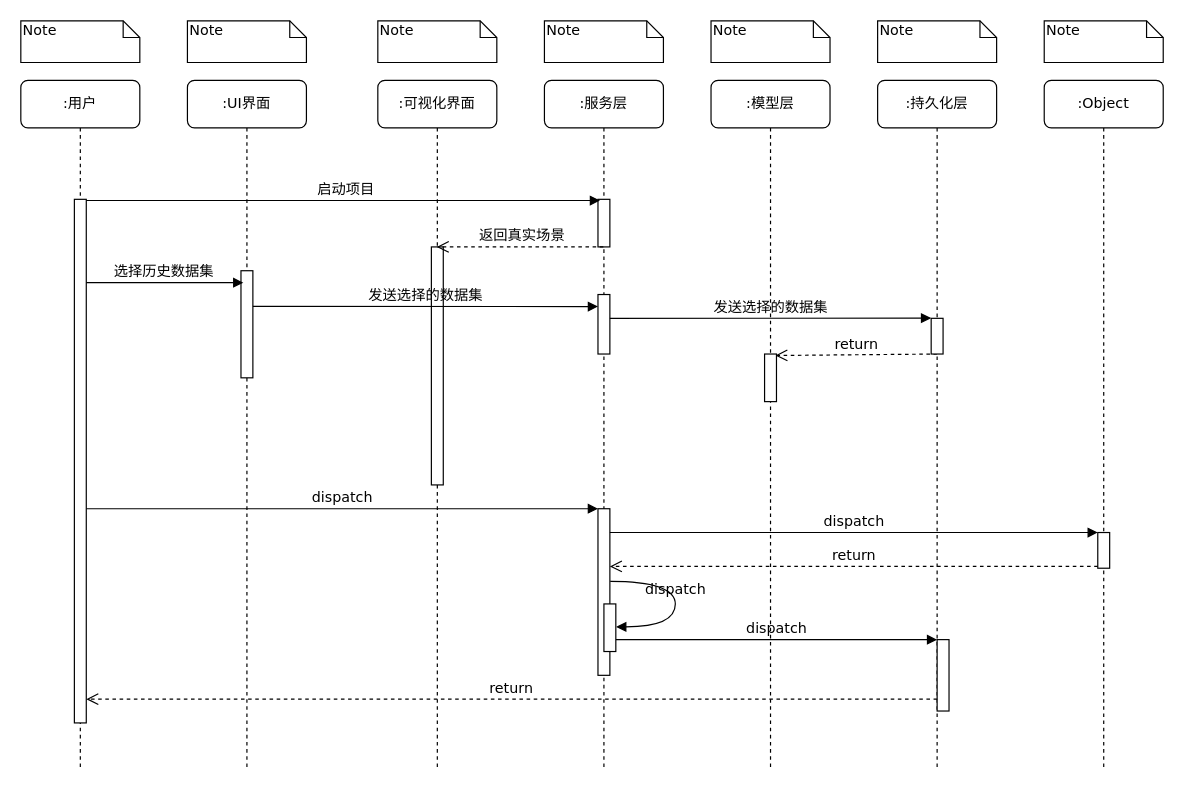
Kakoyi945/cloud keeps this draw.io diagram as graduation_project_sequence_image.drawio. Above is the earlier version. Source tidied: cells renumbered, new cells numbered last; positions are measured from the earlier drawing's top-left corner, leaving out a move shared by most shapes. Both pictures are drawn from the tidied source at 119%, with x=0, y=0 at pixel (20, 20).
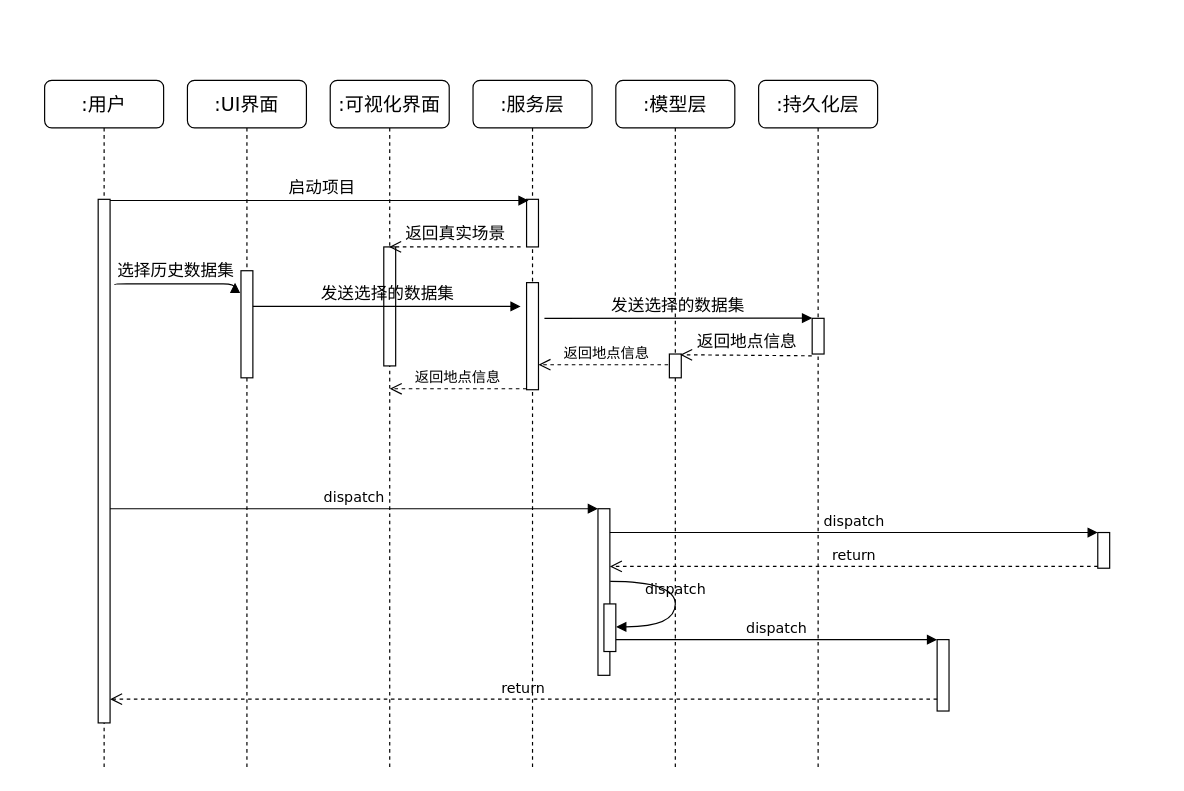
Above is the later version.

The change refers to these unchanged cells:
```xml
<mxCell id="3" style="html=1;points=[];perimeter=orthogonalPerimeter;rounded=0;shadow=0;comic=0;labelBackgroundColor=none;strokeWidth=1;fontFamily=Verdana;fontSize=12;align=center;" parent="2" vertex="1">
  <mxGeometry x="45" y="160" width="10" height="90" as="geometry" />
</mxCell>
<mxCell id="8" style="html=1;points=[];perimeter=orthogonalPerimeter;rounded=0;shadow=0;comic=0;labelBackgroundColor=none;strokeWidth=1;fontFamily=Verdana;fontSize=12;align=center;" parent="7" vertex="1">
  <mxGeometry x="45" y="100" width="10" height="40" as="geometry" />
</mxCell>
<mxCell id="14" style="html=1;points=[];perimeter=orthogonalPerimeter;rounded=0;shadow=0;comic=0;labelBackgroundColor=none;strokeWidth=1;fontFamily=Verdana;fontSize=12;align=center;" parent="13" vertex="1">
  <mxGeometry x="45" y="200" width="10" height="30" as="geometry" />
</mxCell>
<mxCell id="17" style="html=1;points=[];perimeter=orthogonalPerimeter;rounded=0;shadow=0;comic=0;labelBackgroundColor=none;strokeWidth=1;fontFamily=Verdana;fontSize=12;align=center;" parent="16" vertex="1">
  <mxGeometry x="45" y="100" width="10" height="440" as="geometry" />
</mxCell>
```

Diff of the diagram source:
```diff
@@
-    <mxCell id="2" value=":UI界面" style="shape=umlLifeline;perimeter=lifelinePerimeter;whiteSpace=wrap;html=1;rounded=1;shadow=0;comic=0;labelBackgroundColor=none;strokeWidth=1;fontFamily=Verdana;fontSize=12;align=center;" parent="1" vertex="1">
+    <mxCell id="2" value="&lt;font style=&quot;font-size: 16px;&quot;&gt;:UI界面&lt;/font&gt;" style="shape=umlLifeline;perimeter=lifelinePerimeter;whiteSpace=wrap;html=1;rounded=1;shadow=0;comic=0;labelBackgroundColor=none;strokeWidth=1;fontFamily=Verdana;fontSize=12;align=center;" parent="1" vertex="1">
       <mxGeometry x="140" y="50" width="100" height="580" as="geometry" />
     </mxCell>
@@
-    <mxCell id="4" value="选择历史数据集" style="html=1;verticalAlign=bottom;endArrow=block;labelBackgroundColor=none;fontFamily=Verdana;fontSize=12;edgeStyle=elbowEdgeStyle;elbow=vertical;entryX=0.197;entryY=0.106;entryDx=0;entryDy=0;entryPerimeter=0;" parent="2" edge="1" target="3">
-      <mxGeometry relative="1" as="geometry">
-        <mxPoint x="-87" y="170" as="sourcePoint" />
-      </mxGeometry>
-    </mxCell>
-    <mxCell id="5" value=":可视化界面" style="shape=umlLifeline;perimeter=lifelinePerimeter;whiteSpace=wrap;html=1;outlineConnect=0;rounded=1;shadow=0;comic=0;labelBackgroundColor=none;strokeWidth=1;fontFamily=Verdana;fontSize=12;align=center;" parent="1" vertex="1">
-      <mxGeometry x="300" y="50" width="100" height="580" as="geometry" />
+    <mxCell id="5" value="&lt;font style=&quot;font-size: 16px;&quot;&gt;:可视化界面&lt;/font&gt;" style="shape=umlLifeline;perimeter=lifelinePerimeter;whiteSpace=wrap;html=1;outlineConnect=0;rounded=1;shadow=0;comic=0;labelBackgroundColor=none;strokeWidth=1;fontFamily=Verdana;fontSize=12;align=center;" parent="1" vertex="1">
+      <mxGeometry x="260" y="50" width="100" height="580" as="geometry" />
     </mxCell>
     <mxCell id="6" style="html=1;perimeter=orthogonalPerimeter;rounded=0;shadow=0;comic=0;labelBackgroundColor=none;strokeWidth=1;fontFamily=Verdana;fontSize=12;align=center;" parent="5" vertex="1">
-      <mxGeometry x="45" y="140" width="10" height="200" as="geometry" />
+      <mxGeometry x="45" y="140" width="10" height="100" as="geometry" />
     </mxCell>
+    <mxCell id="39" value="返回地点信息" style="html=1;verticalAlign=bottom;endArrow=open;dashed=1;endSize=8;exitX=0;exitY=0.95;labelBackgroundColor=none;fontFamily=Verdana;fontSize=12;" parent="5" edge="1">
+      <mxGeometry relative="1" as="geometry">
+        <mxPoint x="165" y="259.2" as="sourcePoint" />
+        <mxPoint x="50" y="259.2" as="targetPoint" />
+      </mxGeometry>
+    </mxCell>
-    <mxCell id="7" value=":服务层" style="shape=umlLifeline;perimeter=lifelinePerimeter;whiteSpace=wrap;html=1;outlineConnect=0;rounded=1;shadow=0;comic=0;labelBackgroundColor=none;strokeWidth=1;fontFamily=Verdana;fontSize=12;align=center;" parent="1" vertex="1">
-      <mxGeometry x="440" y="50" width="100" height="580" as="geometry" />
+    <mxCell id="7" value="&lt;font style=&quot;font-size: 16px;&quot;&gt;:服务层&lt;/font&gt;" style="shape=umlLifeline;perimeter=lifelinePerimeter;whiteSpace=wrap;html=1;outlineConnect=0;rounded=1;shadow=0;comic=0;labelBackgroundColor=none;strokeWidth=1;fontFamily=Verdana;fontSize=12;align=center;" parent="1" vertex="1">
+      <mxGeometry x="380" y="50" width="100" height="580" as="geometry" />
     </mxCell>
@@
     <mxCell id="9" style="html=1;points=[];perimeter=orthogonalPerimeter;rounded=0;shadow=0;comic=0;labelBackgroundColor=none;strokeWidth=1;fontFamily=Verdana;fontSize=12;align=center;" parent="7" vertex="1">
-      <mxGeometry x="45" y="180" width="10" height="50" as="geometry" />
+      <mxGeometry x="45" y="170" width="10" height="90" as="geometry" />
     </mxCell>
-    <mxCell id="10" value="return" style="html=1;verticalAlign=bottom;endArrow=open;dashed=1;endSize=8;exitX=0;exitY=0.95;labelBackgroundColor=none;fontFamily=Verdana;fontSize=12;entryX=0.906;entryY=0.031;entryDx=0;entryDy=0;entryPerimeter=0;" parent="7" edge="1" target="12">
-      <mxGeometry relative="1" as="geometry">
-        <mxPoint x="330" y="230" as="sourcePoint" />
-      </mxGeometry>
-    </mxCell>
+    <mxCell id="40" value="返回地点信息" style="html=1;verticalAlign=bottom;endArrow=open;dashed=1;endSize=8;exitX=0;exitY=0.95;labelBackgroundColor=none;fontFamily=Verdana;fontSize=12;" parent="7" edge="1">
+      <mxGeometry relative="1" as="geometry">
+        <mxPoint x="170" y="239" as="sourcePoint" />
+        <mxPoint x="55" y="239" as="targetPoint" />
+      </mxGeometry>
+    </mxCell>
-    <mxCell id="11" value=":模型层" style="shape=umlLifeline;perimeter=lifelinePerimeter;whiteSpace=wrap;html=1;rounded=1;shadow=0;comic=0;labelBackgroundColor=none;strokeWidth=1;fontFamily=Verdana;fontSize=12;align=center;" parent="1" vertex="1">
-      <mxGeometry x="580" y="50" width="100" height="580" as="geometry" />
+    <mxCell id="11" value="&lt;font style=&quot;font-size: 16px;&quot;&gt;:模型层&lt;/font&gt;" style="shape=umlLifeline;perimeter=lifelinePerimeter;whiteSpace=wrap;html=1;rounded=1;shadow=0;comic=0;labelBackgroundColor=none;strokeWidth=1;fontFamily=Verdana;fontSize=12;align=center;" parent="1" vertex="1">
+      <mxGeometry x="500" y="50" width="100" height="580" as="geometry" />
     </mxCell>
     <mxCell id="12" style="html=1;points=[];perimeter=orthogonalPerimeter;rounded=0;shadow=0;comic=0;labelBackgroundColor=none;strokeWidth=1;fontFamily=Verdana;fontSize=12;align=center;" parent="11" vertex="1">
-      <mxGeometry x="45" y="230" width="10" height="40" as="geometry" />
+      <mxGeometry x="45" y="230" width="10" height="20" as="geometry" />
     </mxCell>
-    <mxCell id="13" value=":持久化层" style="shape=umlLifeline;perimeter=lifelinePerimeter;whiteSpace=wrap;html=1;rounded=1;shadow=0;comic=0;labelBackgroundColor=none;strokeWidth=1;fontFamily=Verdana;fontSize=12;align=center;" parent="1" vertex="1">
-      <mxGeometry x="720" y="50" width="100" height="580" as="geometry" />
+    <mxCell id="13" value="&lt;font style=&quot;font-size: 16px;&quot;&gt;:持久化层&lt;/font&gt;" style="shape=umlLifeline;perimeter=lifelinePerimeter;whiteSpace=wrap;html=1;rounded=1;shadow=0;comic=0;labelBackgroundColor=none;strokeWidth=1;fontFamily=Verdana;fontSize=12;align=center;" parent="1" vertex="1">
+      <mxGeometry x="620" y="50" width="100" height="580" as="geometry" />
     </mxCell>
@@
-    <mxCell id="15" value=":Object" style="shape=umlLifeline;perimeter=lifelinePerimeter;whiteSpace=wrap;html=1;rounded=1;shadow=0;comic=0;labelBackgroundColor=none;strokeWidth=1;fontFamily=Verdana;fontSize=12;align=center;" parent="1" vertex="1">
-      <mxGeometry x="860" y="50" width="100" height="580" as="geometry" />
-    </mxCell>
-    <mxCell id="16" value=":用户" style="shape=umlLifeline;perimeter=lifelinePerimeter;whiteSpace=wrap;html=1;rounded=1;shadow=0;comic=0;labelBackgroundColor=none;strokeWidth=1;fontFamily=Verdana;fontSize=12;align=center;" parent="1" vertex="1">
-      <mxGeometry y="50" width="100" height="580" as="geometry" />
+    <mxCell id="16" value="&lt;font style=&quot;font-size: 16px;&quot;&gt;:用户&lt;/font&gt;" style="shape=umlLifeline;perimeter=lifelinePerimeter;whiteSpace=wrap;html=1;rounded=1;shadow=0;comic=0;labelBackgroundColor=none;strokeWidth=1;fontFamily=Verdana;fontSize=12;align=center;" parent="1" vertex="1">
+      <mxGeometry x="20" y="50" width="100" height="580" as="geometry" />
     </mxCell>
@@
-    <mxCell id="26" value="启动项目" style="html=1;verticalAlign=bottom;endArrow=block;labelBackgroundColor=none;fontFamily=Verdana;fontSize=12;edgeStyle=elbowEdgeStyle;elbow=vertical;entryX=0.171;entryY=0.013;entryDx=0;entryDy=0;entryPerimeter=0;" parent="1" edge="1" source="17" target="8">
+    <mxCell id="26" value="&lt;font style=&quot;font-size: 14px;&quot;&gt;启动项目&lt;/font&gt;" style="html=1;verticalAlign=bottom;endArrow=block;labelBackgroundColor=none;fontFamily=Verdana;fontSize=12;edgeStyle=elbowEdgeStyle;elbow=vertical;entryX=0.171;entryY=0.013;entryDx=0;entryDy=0;entryPerimeter=0;" parent="1" edge="1" source="17" target="8">
       <mxGeometry x="0.01" relative="1" as="geometry" />
     </mxCell>
@@
-    <mxCell id="29" value="Note" style="shape=note;whiteSpace=wrap;html=1;size=14;verticalAlign=top;align=left;spacingTop=-6;rounded=0;shadow=0;comic=0;labelBackgroundColor=none;strokeWidth=1;fontFamily=Verdana;fontSize=12;" parent="1" vertex="1">
-      <mxGeometry width="100" height="35" as="geometry" />
-    </mxCell>
-    <mxCell id="30" value="Note" style="shape=note;whiteSpace=wrap;html=1;size=14;verticalAlign=top;align=left;spacingTop=-6;rounded=0;shadow=0;comic=0;labelBackgroundColor=none;strokeWidth=1;fontFamily=Verdana;fontSize=12;" parent="1" vertex="1">
-      <mxGeometry x="140" width="100" height="35" as="geometry" />
-    </mxCell>
-    <mxCell id="31" value="Note" style="shape=note;whiteSpace=wrap;html=1;size=14;verticalAlign=top;align=left;spacingTop=-6;rounded=0;shadow=0;comic=0;labelBackgroundColor=none;strokeWidth=1;fontFamily=Verdana;fontSize=12;" parent="1" vertex="1">
-      <mxGeometry x="300" width="100" height="35" as="geometry" />
-    </mxCell>
-    <mxCell id="32" value="Note" style="shape=note;whiteSpace=wrap;html=1;size=14;verticalAlign=top;align=left;spacingTop=-6;rounded=0;shadow=0;comic=0;labelBackgroundColor=none;strokeWidth=1;fontFamily=Verdana;fontSize=12;" parent="1" vertex="1">
-      <mxGeometry x="440" width="100" height="35" as="geometry" />
-    </mxCell>
-    <mxCell id="33" value="Note" style="shape=note;whiteSpace=wrap;html=1;size=14;verticalAlign=top;align=left;spacingTop=-6;rounded=0;shadow=0;comic=0;labelBackgroundColor=none;strokeWidth=1;fontFamily=Verdana;fontSize=12;" parent="1" vertex="1">
-      <mxGeometry x="580" width="100" height="35" as="geometry" />
-    </mxCell>
-    <mxCell id="34" value="Note" style="shape=note;whiteSpace=wrap;html=1;size=14;verticalAlign=top;align=left;spacingTop=-6;rounded=0;shadow=0;comic=0;labelBackgroundColor=none;strokeWidth=1;fontFamily=Verdana;fontSize=12;" parent="1" vertex="1">
-      <mxGeometry x="720" width="100" height="35" as="geometry" />
-    </mxCell>
-    <mxCell id="35" value="Note" style="shape=note;whiteSpace=wrap;html=1;size=14;verticalAlign=top;align=left;spacingTop=-6;rounded=0;shadow=0;comic=0;labelBackgroundColor=none;strokeWidth=1;fontFamily=Verdana;fontSize=12;" parent="1" vertex="1">
-      <mxGeometry x="860" width="100" height="35" as="geometry" />
-    </mxCell>
-    <mxCell id="36" value="返回真实场景" style="html=1;verticalAlign=bottom;endArrow=open;dashed=1;endSize=8;labelBackgroundColor=none;fontFamily=Verdana;fontSize=12;" parent="1" edge="1" source="7" target="5">
+    <mxCell id="36" value="&lt;font style=&quot;font-size: 14px;&quot;&gt;返回真实场景&lt;/font&gt;" style="html=1;verticalAlign=bottom;endArrow=open;dashed=1;endSize=8;labelBackgroundColor=none;fontFamily=Verdana;fontSize=12;" parent="1" edge="1" target="5">
       <mxGeometry x="-0.01" relative="1" as="geometry">
+        <mxPoint x="420" y="190" as="sourcePoint" />
         <Array as="points">
           <mxPoint x="420" y="190" />
         </Array>
       </mxGeometry>
     </mxCell>
-    <mxCell id="37" value="发送选择的数据集" style="html=1;verticalAlign=bottom;endArrow=block;labelBackgroundColor=none;fontFamily=Verdana;fontSize=12;entryX=0.003;entryY=0.202;entryDx=0;entryDy=0;entryPerimeter=0;" parent="1" edge="1" target="9">
+    <mxCell id="37" value="&lt;font style=&quot;font-size: 14px;&quot;&gt;发送选择的数据集&lt;/font&gt;" style="html=1;verticalAlign=bottom;endArrow=block;labelBackgroundColor=none;fontFamily=Verdana;fontSize=12;" parent="1" edge="1">
       <mxGeometry relative="1" as="geometry">
         <mxPoint x="195" y="240" as="sourcePoint" />
+        <mxPoint x="420" y="240" as="targetPoint" />
       </mxGeometry>
     </mxCell>
-    <mxCell id="38" value="发送选择的数据集" style="html=1;verticalAlign=bottom;endArrow=block;labelBackgroundColor=none;fontFamily=Verdana;fontSize=12;entryX=-0.004;entryY=-0.006;entryDx=0;entryDy=0;entryPerimeter=0;" parent="1" edge="1" target="14">
+    <mxCell id="38" value="&lt;font style=&quot;font-size: 14px;&quot;&gt;发送选择的数据集&lt;/font&gt;" style="html=1;verticalAlign=bottom;endArrow=block;labelBackgroundColor=none;fontFamily=Verdana;fontSize=12;entryX=-0.004;entryY=-0.006;entryDx=0;entryDy=0;entryPerimeter=0;" parent="1" edge="1" target="14">
       <mxGeometry relative="1" as="geometry">
-        <mxPoint x="495" y="250" as="sourcePoint" />
+        <mxPoint x="440" y="250" as="sourcePoint" />
       </mxGeometry>
     </mxCell>
+    <mxCell id="4" value="&lt;font style=&quot;font-size: 14px;&quot;&gt;选择历史数据集&lt;/font&gt;" style="html=1;verticalAlign=bottom;endArrow=block;labelBackgroundColor=none;fontFamily=Verdana;fontSize=12;edgeStyle=elbowEdgeStyle;elbow=vertical;" parent="1" edge="1">
+      <mxGeometry relative="1" as="geometry">
+        <mxPoint x="79" y="222" as="sourcePoint" />
+        <mxPoint x="180" y="220" as="targetPoint" />
+      </mxGeometry>
+    </mxCell>
+    <mxCell id="10" value="&lt;font style=&quot;font-size: 14px;&quot;&gt;返回地点信息&lt;/font&gt;" style="html=1;verticalAlign=bottom;endArrow=open;dashed=1;endSize=8;labelBackgroundColor=none;fontFamily=Verdana;fontSize=12;entryX=0.906;entryY=0.031;entryDx=0;entryDy=0;entryPerimeter=0;exitX=-0.033;exitY=1.05;exitDx=0;exitDy=0;exitPerimeter=0;" parent="1" edge="1" source="14" target="12">
+      <mxGeometry relative="1" as="geometry" />
+    </mxCell>
```
